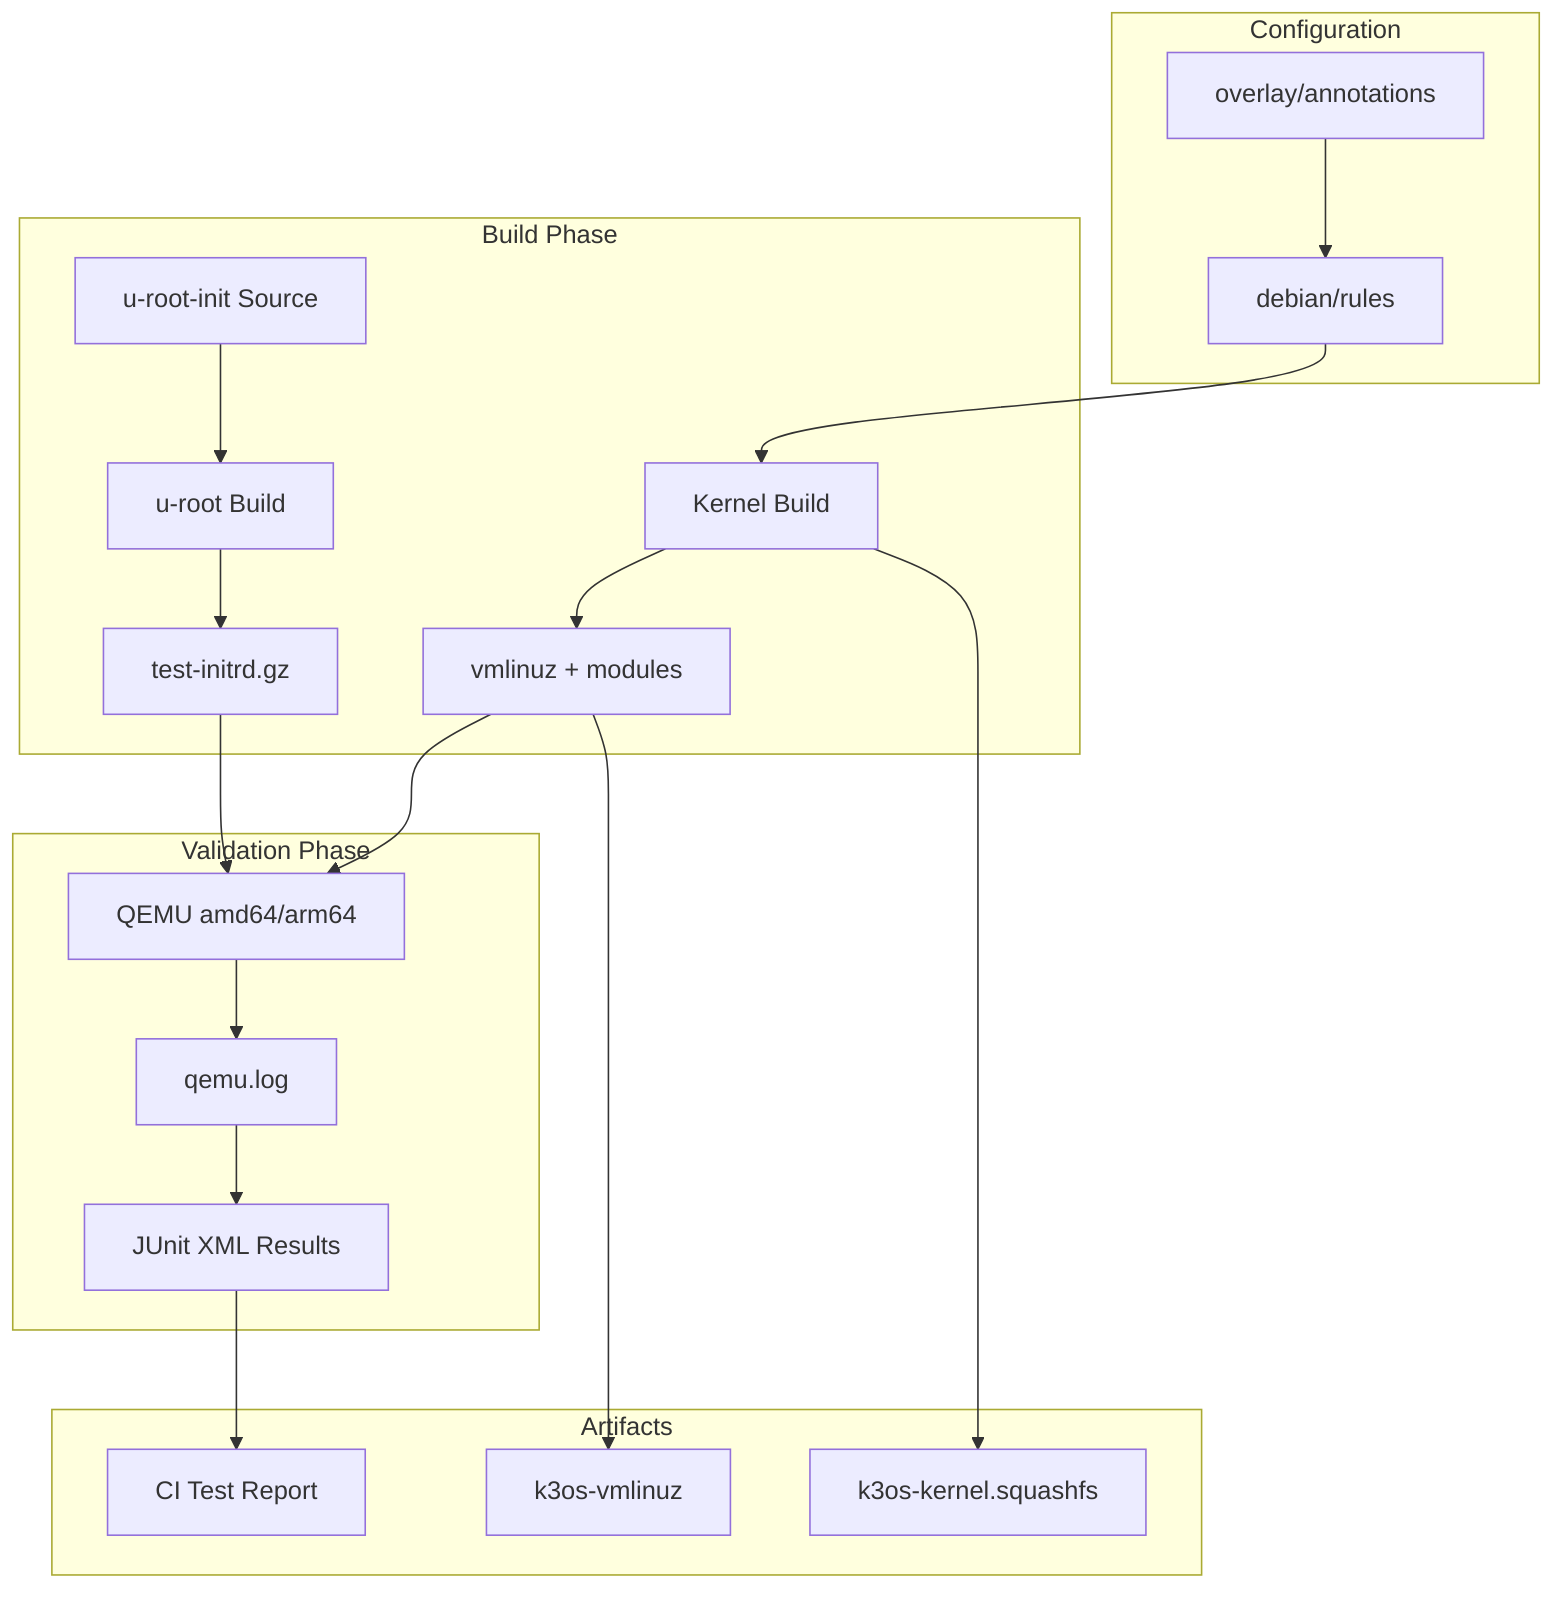
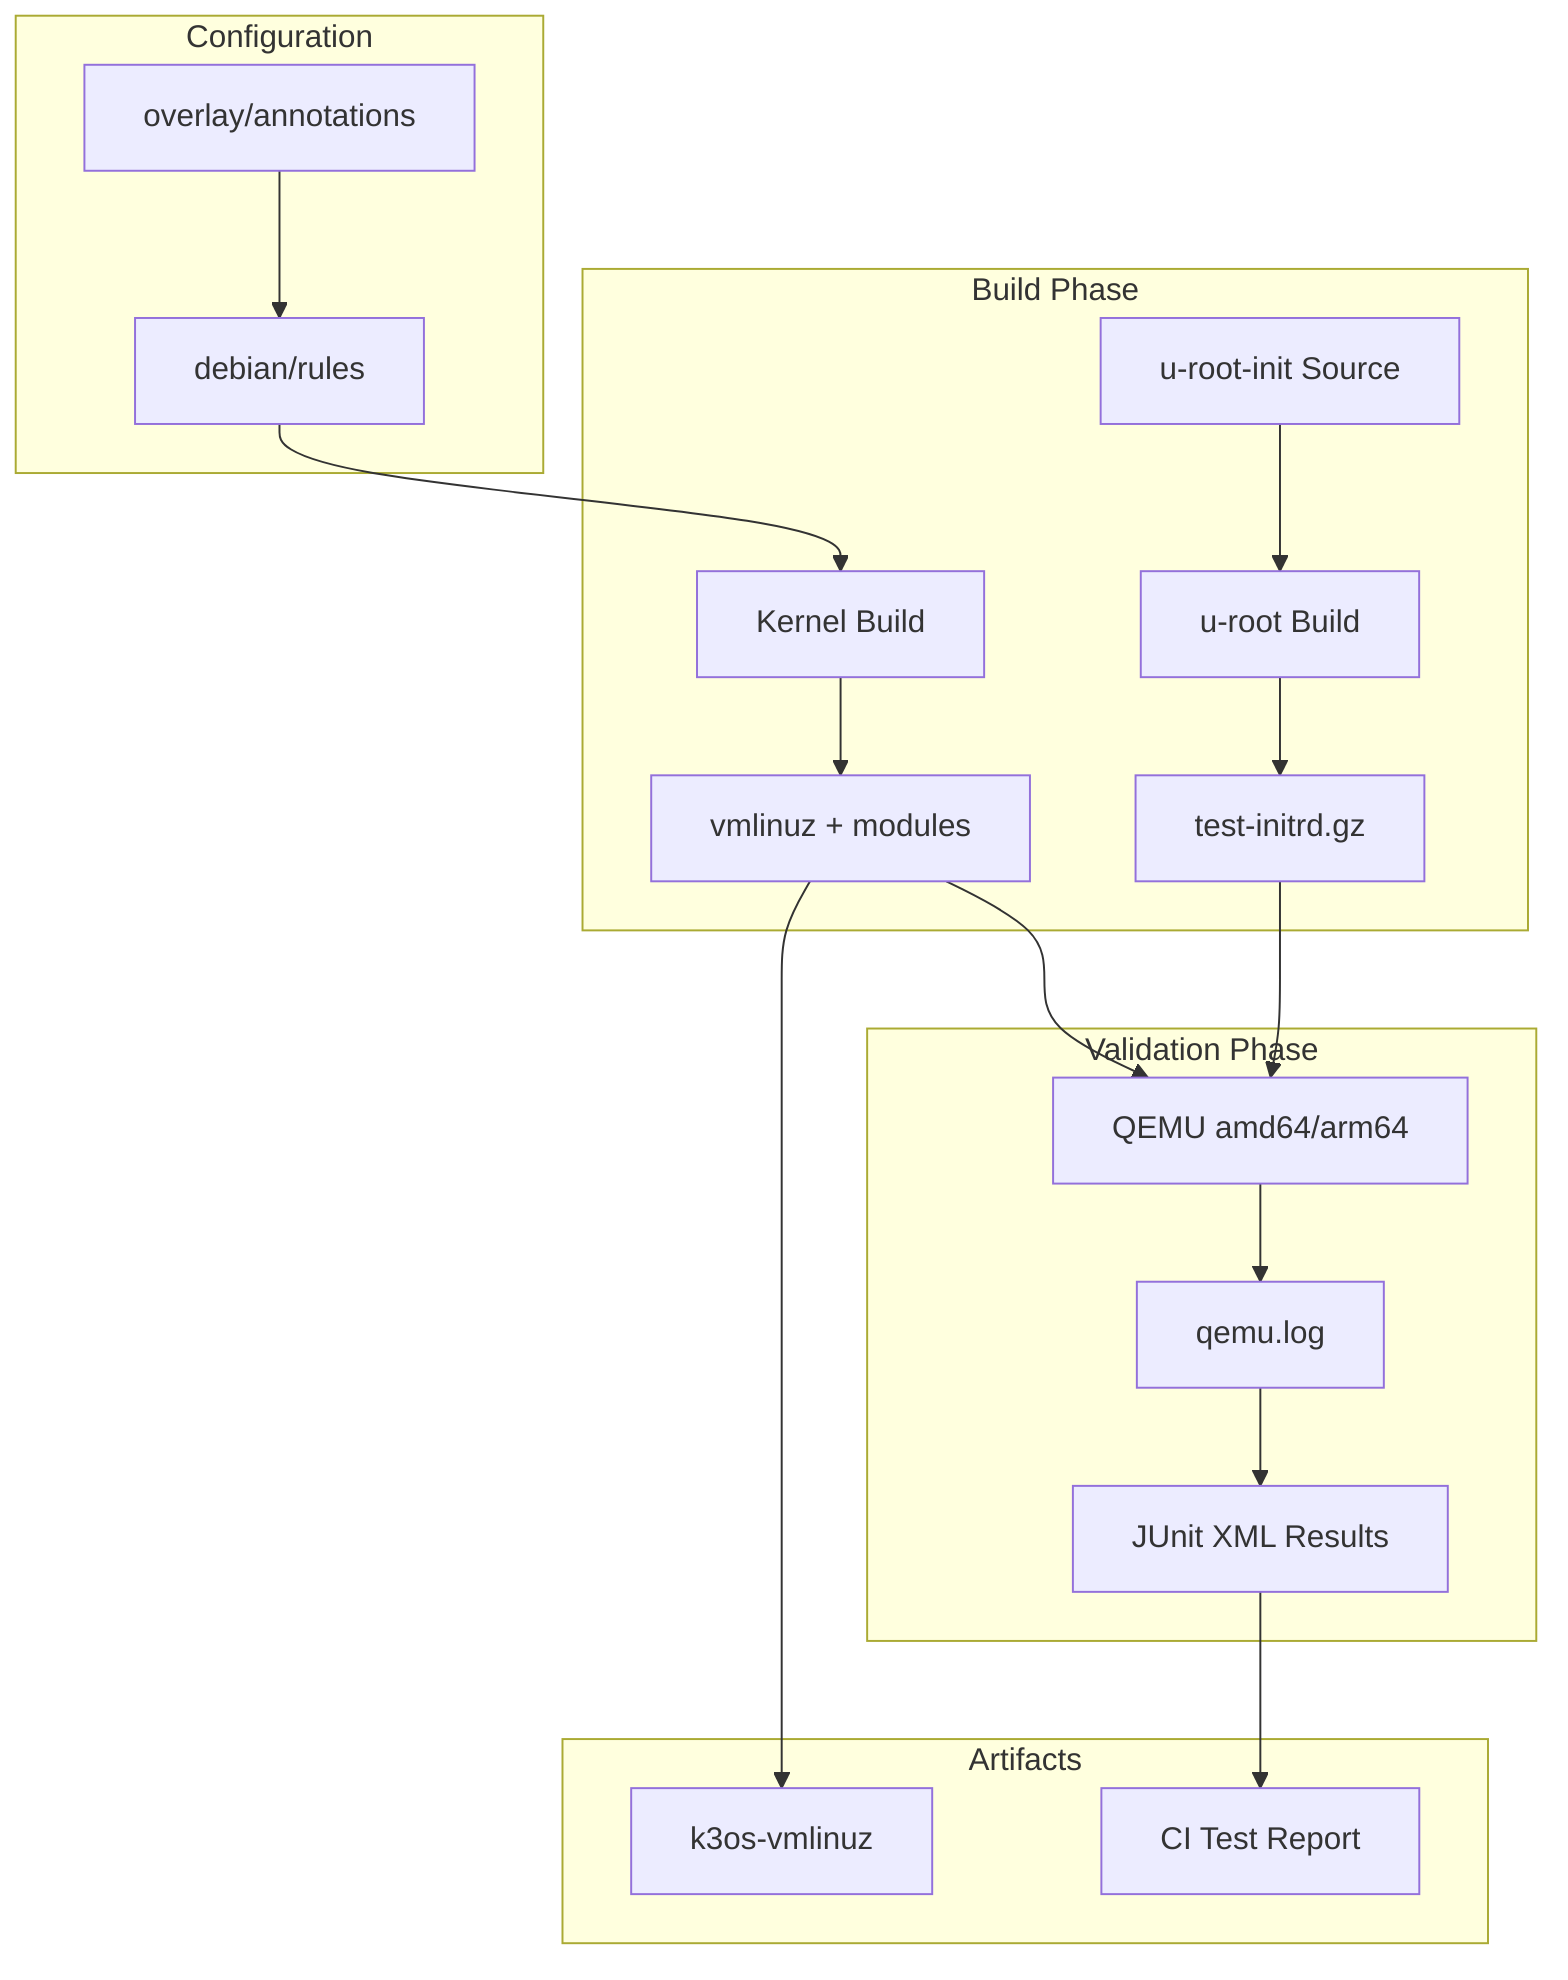
graph TD
    subgraph "Configuration"
        A[overlay/annotations] --> B[debian/rules]
    end

    subgraph "Build Phase"
        B --> C[Kernel Build]
        C --> D[vmlinuz + modules]
        E[u-root-init Source] --> F[u-root Build]
        F --> G[test-initrd.gz]
    end

    subgraph "Validation Phase"
        D --> H[QEMU amd64/arm64]
        G --> H
        H --> I[qemu.log]
        I --> J[JUnit XML Results]
    end

    subgraph "Artifacts"
        D --> K[k3os-vmlinuz]
-         C --> L[k3os-kernel.squashfs]
        J --> M[CI Test Report]
    end
